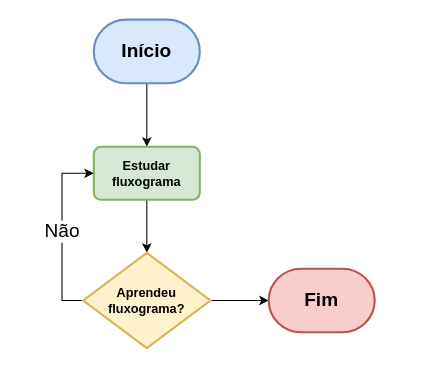
Earlier version of the draw.io diagram Meu primeiro fluxograma.drawio (StacyFranco/devaria_algoritmos). Source tidied: cells renumbered, new cells numbered last; positions are measured from the earlier drawing's top-left corner, leaving out a move shared by most shapes. Both pictures are drawn from the tidied source at 106%, with x=0, y=0 at pixel (83, 19).
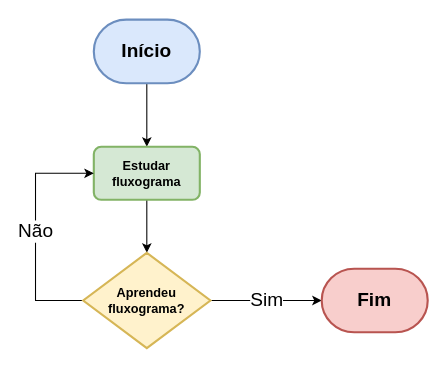
The same diagram, later.

Diff of the diagram source:
```diff
@@
 <mxGraphModel>
   <root>
     <mxCell id="0" />
     <mxCell id="1" parent="0" />
     <mxCell id="2" style="edgeStyle=orthogonalEdgeStyle;rounded=0;jettySize=auto;html=1;exitX=0.5;exitY=1;exitDx=0;exitDy=0;exitPerimeter=0;entryX=0.5;entryY=0;entryDx=0;entryDy=0;fontSize=18;" parent="1" edge="1" source="3" target="5">
       <mxGeometry relative="1" as="geometry" />
     </mxCell>
     <mxCell id="3" value="&lt;b&gt;&lt;font style=&quot;font-size: 18px;&quot;&gt;Início&lt;/font&gt;&lt;/b&gt;" style="strokeWidth=2;html=1;shape=mxgraph.flowchart.terminator;whiteSpace=wrap;fillColor=#dae8fc;strokeColor=#6c8ebf;" parent="1" vertex="1">
       <mxGeometry x="10" width="100" height="60" as="geometry" />
     </mxCell>
     <mxCell id="4" style="edgeStyle=orthogonalEdgeStyle;rounded=0;jettySize=auto;html=1;exitX=0.5;exitY=1;exitDx=0;exitDy=0;entryX=0.5;entryY=0;entryDx=0;entryDy=0;entryPerimeter=0;fontSize=18;" parent="1" edge="1" source="5" target="8">
       <mxGeometry relative="1" as="geometry" />
     </mxCell>
     <mxCell id="5" value="Estudar fluxograma" style="rounded=1;whiteSpace=wrap;html=1;absoluteArcSize=1;arcSize=14;strokeWidth=2;fillColor=#d5e8d4;strokeColor=#82b366;fontStyle=1;" parent="1" vertex="1">
       <mxGeometry x="10" y="120" width="100" height="50" as="geometry" />
     </mxCell>
     <mxCell id="6" value="Não" style="edgeStyle=orthogonalEdgeStyle;rounded=0;jettySize=auto;html=1;exitX=0;exitY=0.5;exitDx=0;exitDy=0;exitPerimeter=0;entryX=0;entryY=0.5;entryDx=0;entryDy=0;fontSize=18;" parent="1" edge="1" source="8" target="5">
-      <mxGeometry relative="1" as="geometry" />
+      <mxGeometry relative="1" as="geometry">
+        <Array as="points">
+          <mxPoint x="-45" y="265" />
+          <mxPoint x="-45" y="145" />
+        </Array>
+      </mxGeometry>
     </mxCell>
-    <mxCell id="7" style="edgeStyle=orthogonalEdgeStyle;rounded=0;jettySize=auto;html=1;exitX=1;exitY=0.5;exitDx=0;exitDy=0;exitPerimeter=0;entryX=0;entryY=0.5;entryDx=0;entryDy=0;entryPerimeter=0;fontSize=18;" parent="1" edge="1" source="8" target="9">
+    <mxCell id="7" value="Sim" style="edgeStyle=orthogonalEdgeStyle;rounded=0;jettySize=auto;html=1;exitX=1;exitY=0.5;exitDx=0;exitDy=0;exitPerimeter=0;entryX=0;entryY=0.5;entryDx=0;entryDy=0;entryPerimeter=0;fontSize=18;" parent="1" edge="1" source="8" target="9">
       <mxGeometry relative="1" as="geometry" />
     </mxCell>
     <mxCell id="8" value="Aprendeu fluxograma?" style="strokeWidth=2;html=1;shape=mxgraph.flowchart.decision;whiteSpace=wrap;fillColor=#fff2cc;strokeColor=#d6b656;fontStyle=1;" parent="1" vertex="1">
       <mxGeometry y="220" width="120" height="90" as="geometry" />
     </mxCell>
     <mxCell id="9" value="&lt;b&gt;Fim&lt;/b&gt;" style="strokeWidth=2;html=1;shape=mxgraph.flowchart.terminator;whiteSpace=wrap;fontSize=18;fillColor=#f8cecc;strokeColor=#b85450;" parent="1" vertex="1">
-      <mxGeometry x="175" y="235" width="100" height="60" as="geometry" />
+      <mxGeometry x="225" y="235" width="100" height="60" as="geometry" />
     </mxCell>
   </root>
 </mxGraphModel>
```
